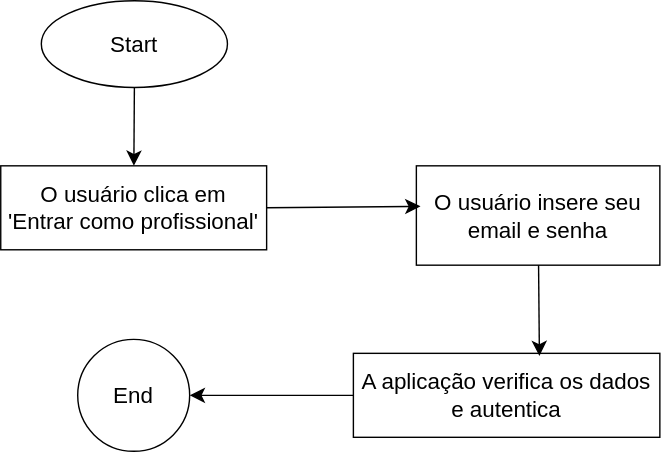
Earlier version of the draw.io export docs/img/CT04.svg (ICEI-PUC-Minas-PMV-SI/pmv-si-2023-2-pe1-t2-senectus). Source tidied: cells renumbered, new cells last; positions are measured from the earlier drawing's top-left corner, leaving out a move shared by most shapes.
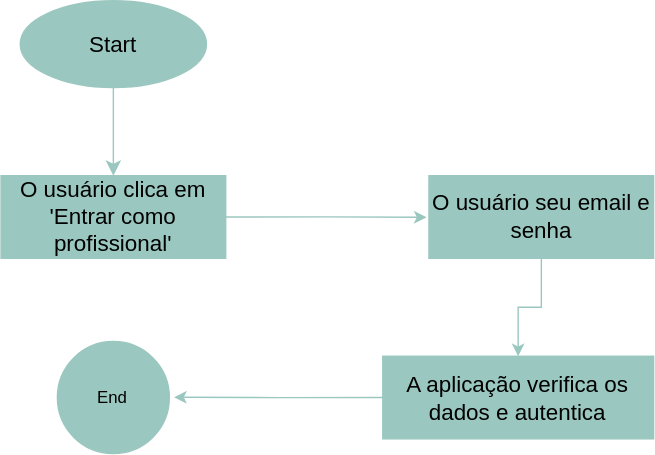
Later version of the same file.

Diff of the diagram source:
```diff
@@ -2,32 +2,36 @@
   <root>
     <mxCell id="0" />
     <mxCell id="1" parent="0" />
-    <mxCell id="2" style="edgeStyle=none;curved=1;rounded=0;jettySize=auto;html=1;fontSize=12;startSize=8;endSize=8;" parent="1" edge="1" source="3" target="4">
+    <mxCell id="2" style="edgeStyle=none;curved=1;rounded=0;jettySize=auto;html=1;fontSize=12;startSize=8;endSize=8;fillColor=#9AC7BF;strokeColor=#9AC7BF;" parent="1" edge="1" source="3" target="4">
       <mxGeometry relative="1" as="geometry" />
     </mxCell>
-    <mxCell id="3" value="Start" style="ellipse;whiteSpace=wrap;html=1;fontSize=16;" parent="1" vertex="1">
-      <mxGeometry x="29" width="133" height="62" as="geometry" />
+    <mxCell id="3" value="Start" style="ellipse;whiteSpace=wrap;html=1;fontSize=16;fillColor=#9AC7BF;strokeColor=#9AC7BF;" parent="1" vertex="1">
+      <mxGeometry x="-129" y="155" width="133" height="62" as="geometry" />
     </mxCell>
+    <mxCell id="11" style="edgeStyle=orthogonalEdgeStyle;rounded=0;jettySize=auto;html=1;exitX=1;exitY=0.5;exitDx=0;exitDy=0;fillColor=#9AC7BF;strokeColor=#9AC7BF;" parent="1" edge="1" source="4">
+      <mxGeometry relative="1" as="geometry">
+        <mxPoint x="161.3" y="309.7" as="targetPoint" />
+      </mxGeometry>
+    </mxCell>
-    <mxCell id="4" value="O usuário clica em &lt;br&gt;'Entrar como profissional'" style="rounded=0;whiteSpace=wrap;html=1;fontSize=16;" parent="1" vertex="1">
-      <mxGeometry y="118" width="190" height="60" as="geometry" />
+    <mxCell id="4" value="O usuário clica em&lt;br&gt;'Entrar como profissional'" style="rounded=0;whiteSpace=wrap;html=1;fontSize=16;fillColor=#9AC7BF;strokeColor=#9AC7BF;" parent="1" vertex="1">
+      <mxGeometry x="-142.8" y="280" width="160.5" height="59" as="geometry" />
     </mxCell>
-    <mxCell id="5" value="O usuário insere seu email e senha" style="rounded=0;whiteSpace=wrap;html=1;fontSize=16;" parent="1" vertex="1">
-      <mxGeometry x="297" y="118" width="174" height="71" as="geometry" />
-    </mxCell>
-    <mxCell id="6" style="edgeStyle=none;curved=1;rounded=0;jettySize=auto;html=1;fontSize=12;startSize=8;endSize=8;" parent="1" edge="1" source="7" target="10">
-      <mxGeometry relative="1" as="geometry" />
-    </mxCell>
+    <mxCell id="10" value="End" style="ellipse;whiteSpace=wrap;html=1;fillColor=#9AC7BF;strokeColor=#9AC7BF;" parent="1" vertex="1">
+      <mxGeometry x="-102.5" y="398.5" width="80" height="80" as="geometry" />
+    </mxCell>
+    <mxCell id="12" style="edgeStyle=orthogonalEdgeStyle;rounded=0;jettySize=auto;html=1;fillColor=#9AC7BF;strokeColor=#9AC7BF;" parent="1" edge="1" source="13" target="7">
+      <mxGeometry relative="1" as="geometry" />
+    </mxCell>
+    <mxCell id="13" value="O usuário seu email e senha" style="rounded=0;whiteSpace=wrap;html=1;fontSize=16;fillColor=#9AC7BF;strokeColor=#9AC7BF;" parent="1" vertex="1">
+      <mxGeometry x="163" y="280" width="160.5" height="59" as="geometry" />
+    </mxCell>
+    <mxCell id="14" style="edgeStyle=orthogonalEdgeStyle;rounded=0;jettySize=auto;html=1;exitX=0;exitY=0.5;exitDx=0;exitDy=0;strokeColor=#9AC7BF;" parent="1" edge="1" source="7">
+      <mxGeometry relative="1" as="geometry">
+        <mxPoint x="-19.1" y="438.3" as="targetPoint" />
+      </mxGeometry>
+    </mxCell>
-    <mxCell id="7" value="A aplicação verifica os dados e autentica" style="rounded=0;whiteSpace=wrap;html=1;fontSize=16;" parent="1" vertex="1">
-      <mxGeometry x="252" y="252" width="219" height="60" as="geometry" />
+    <mxCell id="7" value="A aplicação verifica os dados e autentica" style="rounded=0;whiteSpace=wrap;html=1;fontSize=16;fillColor=#9AC7BF;strokeColor=#9AC7BF;" parent="1" vertex="1">
+      <mxGeometry x="130" y="409" width="193.5" height="59" as="geometry" />
     </mxCell>
-    <mxCell id="8" style="edgeStyle=none;curved=1;rounded=0;jettySize=auto;html=1;exitX=1;exitY=0.5;exitDx=0;exitDy=0;entryX=0.017;entryY=0.408;entryDx=0;entryDy=0;entryPerimeter=0;fontSize=12;startSize=8;endSize=8;" parent="1" edge="1" source="4" target="5">
-      <mxGeometry relative="1" as="geometry" />
-    </mxCell>
-    <mxCell id="9" style="edgeStyle=none;curved=1;rounded=0;jettySize=auto;html=1;entryX=0.607;entryY=0.033;entryDx=0;entryDy=0;entryPerimeter=0;fontSize=12;startSize=8;endSize=8;" parent="1" edge="1" source="5" target="7">
-      <mxGeometry relative="1" as="geometry" />
-    </mxCell>
-    <mxCell id="10" value="End" style="ellipse;whiteSpace=wrap;html=1;fontSize=16;" parent="1" vertex="1">
-      <mxGeometry x="55" y="242" width="80" height="80" as="geometry" />
-    </mxCell>
   </root>
 </mxGraphModel>
```
